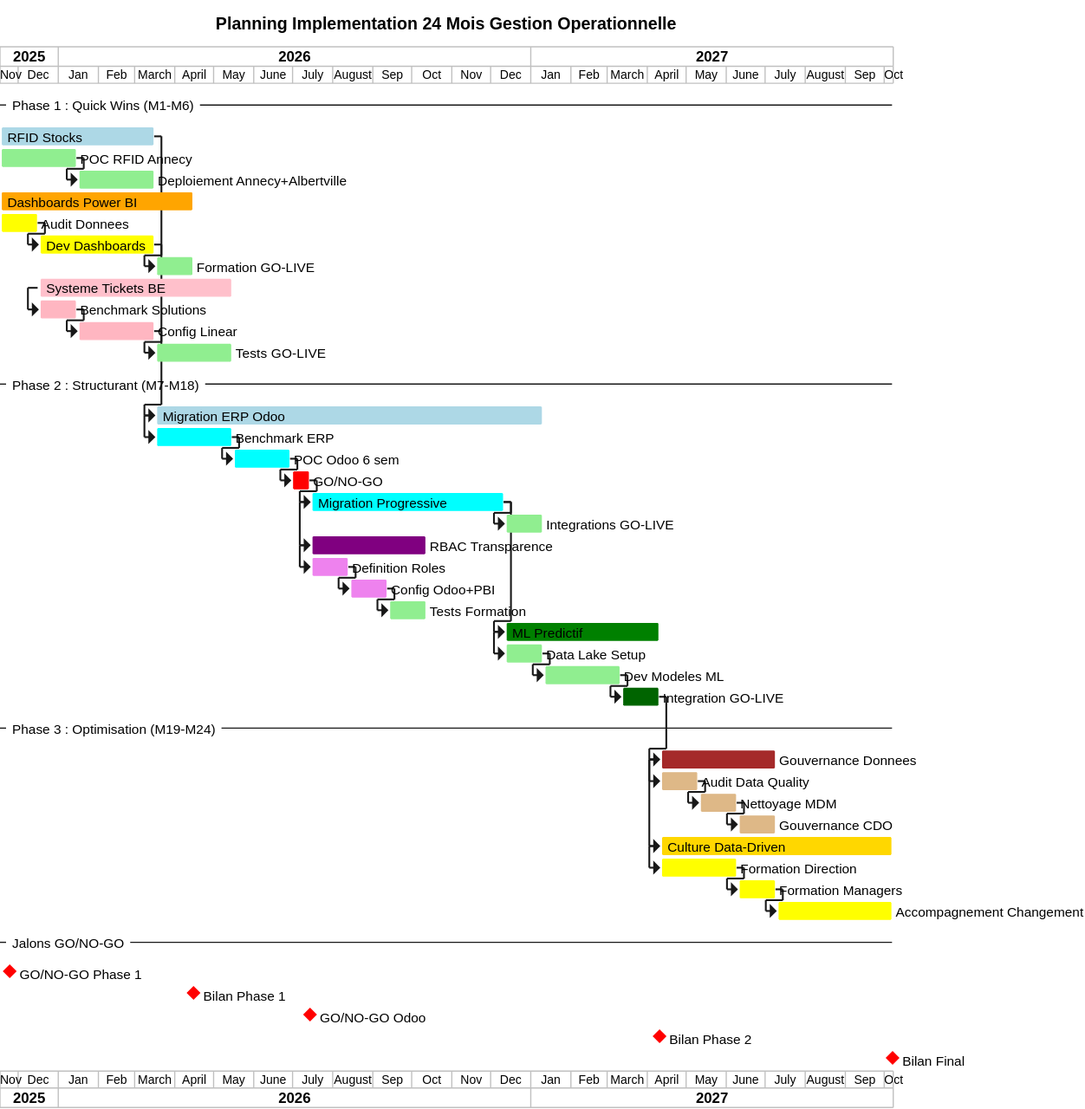
Earlier version of the PlantUML export Gestion-Operationnelle/uml/Gantt_Planning_Implementation.svg (JordanSerafini/Audit_Duret).
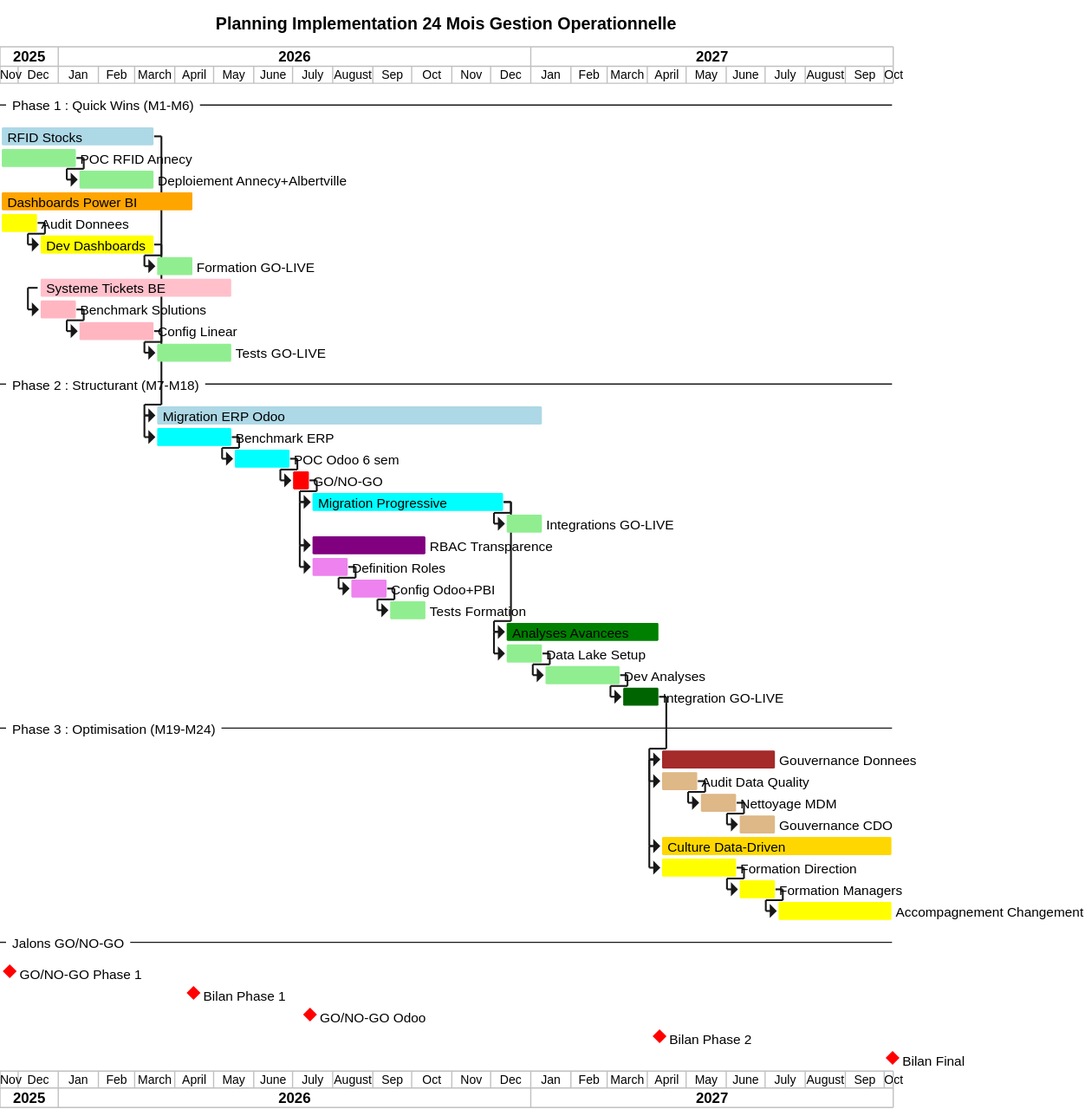
Above is the later version.

What changed in the source:
```diff
@@ -46,11 +46,11 @@
 [Config Odoo+PBI] as [RBACConfig] lasts 30 days and is colored in Violet and starts at [RBACDef]'s end
 [Tests Formation] as [RBACGL] lasts 30 days and is colored in LightGreen and starts at [RBACConfig]'s end
 
-[ML Predictif] as [ML] lasts 120 days and is colored in Green
+[Analyses Avancees] as [ML] lasts 120 days and is colored in Green
 [ML] starts at [OdooMigr]'s end
 
 [Data Lake Setup] as [MLSetup] lasts 30 days and is colored in LightGreen and starts at [ML]'s start
-[Dev Modeles ML] as [MLDev] lasts 60 days and is colored in LightGreen and starts at [MLSetup]'s end
+[Dev Analyses] as [MLDev] lasts 60 days and is colored in LightGreen and starts at [MLSetup]'s end
 [Integration GO-LIVE] as [MLGL] lasts 30 days and is colored in DarkGreen and starts at [MLDev]'s end
 
 -- Phase 3 : Optimisation (M19-M24) --
```
